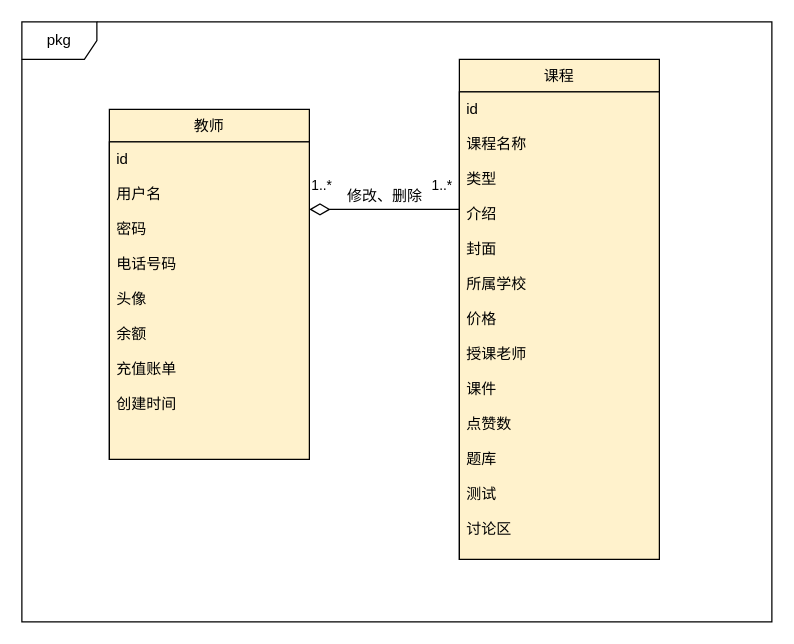
hu19891213/image keeps this draw.io diagram as 管理课程概念类图.drawio. Above is the earlier version. Source tidied: cells renumbered, new cells numbered last; positions are measured from the earlier drawing's top-left corner, leaving out a move shared by most shapes. Both pictures are drawn from the tidied source at 125%, with x=0, y=0 at pixel (21, 21).
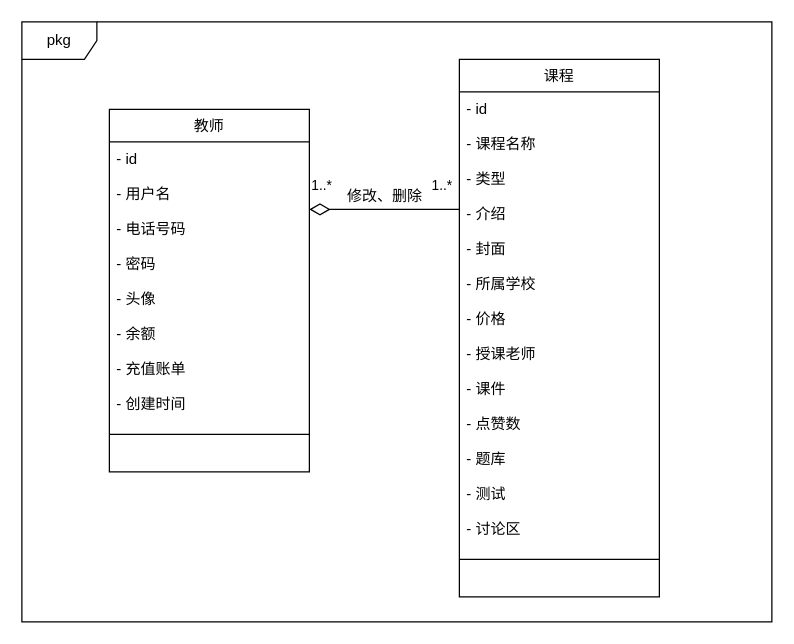
The same diagram, later.

Commit message:
更新管理课程概念类图.drawio

Diff of the diagram source:
```diff
@@
 <mxGraphModel>
   <root>
     <mxCell id="0" />
     <mxCell id="1" parent="0" />
     <mxCell id="2" value="pkg" style="shape=umlFrame;whiteSpace=wrap;html=1;strokeColor=#000000;" parent="1" vertex="1">
       <mxGeometry width="600" height="480" as="geometry" />
     </mxCell>
-    <mxCell id="3" value="教师" style="swimlane;fontStyle=0;horizontal=1;startSize=26;fillColor=#fff2cc;" parent="1" vertex="1">
-      <mxGeometry x="70" y="70" width="160" height="280" as="geometry" />
+    <mxCell id="3" value="教师" style="swimlane;fontStyle=0;horizontal=1;startSize=26;" parent="1" vertex="1">
+      <mxGeometry x="70" y="70" width="160" height="290" as="geometry" />
     </mxCell>
-    <mxCell id="4" value="id&#10;&#10;用户名&#10;&#10;密码&#10;&#10;电话号码&#10;&#10;头像&#10;&#10;余额&#10;&#10;充值账单&#10;&#10;创建时间" style="text;fillColor=#fff2cc;align=left;verticalAlign=top;spacingLeft=4;spacingRight=4;overflow=hidden;strokeColor=#000000;" parent="3" vertex="1">
-      <mxGeometry y="26" width="160" height="254" as="geometry" />
+    <mxCell id="4" value="- id&#10;&#10;- 用户名&#10;&#10;- 电话号码&#10;&#10;- 密码&#10;&#10;- 头像&#10;&#10;- 余额&#10;&#10;- 充值账单&#10;&#10;- 创建时间" style="text;align=left;verticalAlign=top;spacingLeft=4;spacingRight=4;overflow=hidden;" parent="3" vertex="1">
+      <mxGeometry y="26" width="160" height="264" as="geometry" />
     </mxCell>
+    <mxCell id="10" style="endArrow=none;startArrow=none;endFill=0;startFill=0;endSize=8;html=1;verticalAlign=bottom;labelBackgroundColor=none;strokeWidth=1;" parent="3" edge="1">
+      <mxGeometry relative="1" as="geometry">
+        <mxPoint y="260" as="sourcePoint" />
+        <mxPoint x="160" y="260" as="targetPoint" />
+      </mxGeometry>
+    </mxCell>
     <mxCell id="5" value="1..*" style="endArrow=none;html=1;endSize=12;startArrow=diamondThin;startSize=14;startFill=0;edgeStyle=orthogonalEdgeStyle;align=left;verticalAlign=bottom;endFill=0;" parent="1" edge="1">
       <mxGeometry x="-1" y="10" relative="1" as="geometry">
         <mxPoint x="230" y="150" as="sourcePoint" />
         <mxPoint x="350" y="150" as="targetPoint" />
       </mxGeometry>
     </mxCell>
     <mxCell id="6" value="1..*" style="edgeLabel;html=1;align=center;verticalAlign=middle;" parent="5" vertex="1">
       <mxGeometry x="0.77" y="3" relative="1" as="geometry">
         <mxPoint x="-1" y="-17" as="offset" />
       </mxGeometry>
     </mxCell>
-    <mxCell id="7" value="课程" style="swimlane;fontStyle=0;horizontal=1;startSize=26;fillColor=#fff2cc;" parent="1" vertex="1">
-      <mxGeometry x="350" y="30" width="160" height="400" as="geometry" />
+    <mxCell id="7" value="课程" style="swimlane;fontStyle=0;horizontal=1;startSize=26;" parent="1" vertex="1">
+      <mxGeometry x="350" y="30" width="160" height="430" as="geometry" />
     </mxCell>
-    <mxCell id="8" value="id&#10;&#10;课程名称&#10;&#10;类型&#10;&#10;介绍&#10;&#10;封面&#10;&#10;所属学校&#10;&#10;价格&#10;&#10;授课老师&#10;&#10;课件&#10;&#10;点赞数&#10;&#10;题库&#10;&#10;测试&#10;&#10;讨论区" style="text;fillColor=#fff2cc;align=left;verticalAlign=top;spacingLeft=4;spacingRight=4;overflow=hidden;strokeColor=#000000;" parent="7" vertex="1">
-      <mxGeometry y="26" width="160" height="374" as="geometry" />
+    <mxCell id="8" value="- id&#10;&#10;- 课程名称&#10;&#10;- 类型&#10;&#10;- 介绍&#10;&#10;- 封面&#10;&#10;- 所属学校&#10;&#10;- 价格&#10;&#10;- 授课老师&#10;&#10;- 课件&#10;&#10;- 点赞数&#10;&#10;- 题库&#10;&#10;- 测试&#10;&#10;- 讨论区" style="text;align=left;verticalAlign=top;spacingLeft=4;spacingRight=4;overflow=hidden;" parent="7" vertex="1">
+      <mxGeometry y="26" width="160" height="404" as="geometry" />
     </mxCell>
+    <mxCell id="11" style="endArrow=none;startArrow=none;endFill=0;startFill=0;endSize=8;html=1;verticalAlign=bottom;labelBackgroundColor=none;strokeWidth=1;" parent="7" edge="1">
+      <mxGeometry relative="1" as="geometry">
+        <mxPoint y="400" as="sourcePoint" />
+        <mxPoint x="160" y="400" as="targetPoint" />
+      </mxGeometry>
+    </mxCell>
     <mxCell id="9" value="修改、删除" style="text;html=1;align=center;verticalAlign=middle;fillColor=none;strokeColor=none;rounded=0;" parent="1" vertex="1">
       <mxGeometry x="250" y="130" width="80" height="20" as="geometry" />
     </mxCell>
   </root>
 </mxGraphModel>
```
